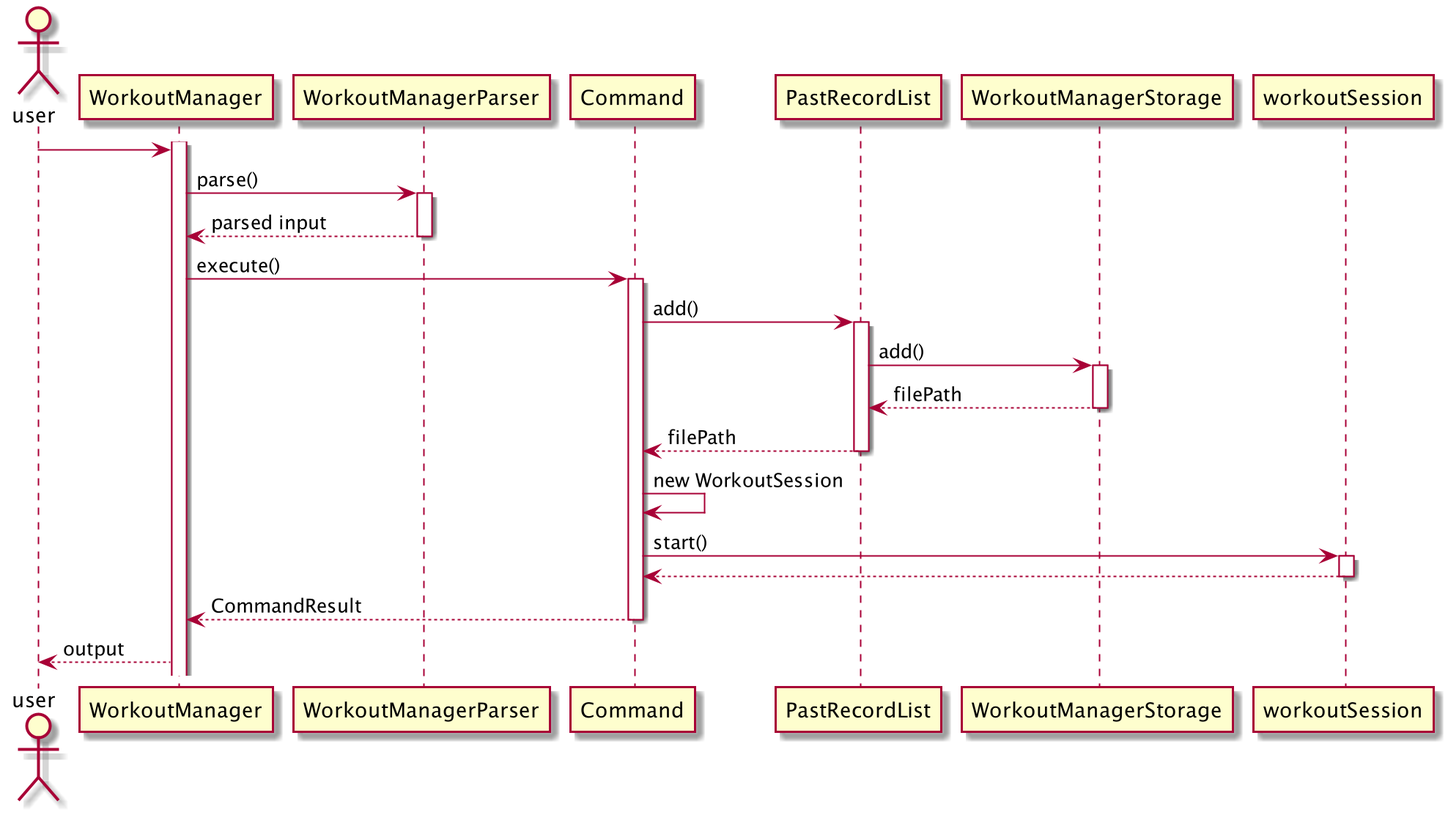
The PlantUML diagram docs/pictures/zesong/NewWS.png in zsk612/tp, before a commit.
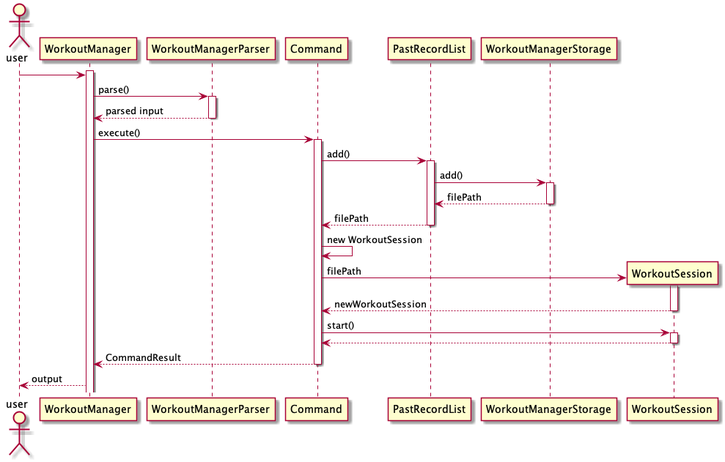
Later version of the same file.

Diff of the diagram source:
```diff
@@ -22,10 +22,13 @@
 deactivate PastRecordList
 
 Command -> Command : new WorkoutSession
-Command -> workoutSession : start()
-activate workoutSession
-workoutSession --> Command
-deactivate workoutSession
+Command -> WorkoutSession ** : filePath
+activate WorkoutSession
+    WorkoutSession --> Command -- : newWorkoutSession
+Command -> WorkoutSession : start()
+activate WorkoutSession
+WorkoutSession --> Command
+deactivate WorkoutSession
 
 Command --> WorkoutManager : CommandResult
 deactivate Command
```
